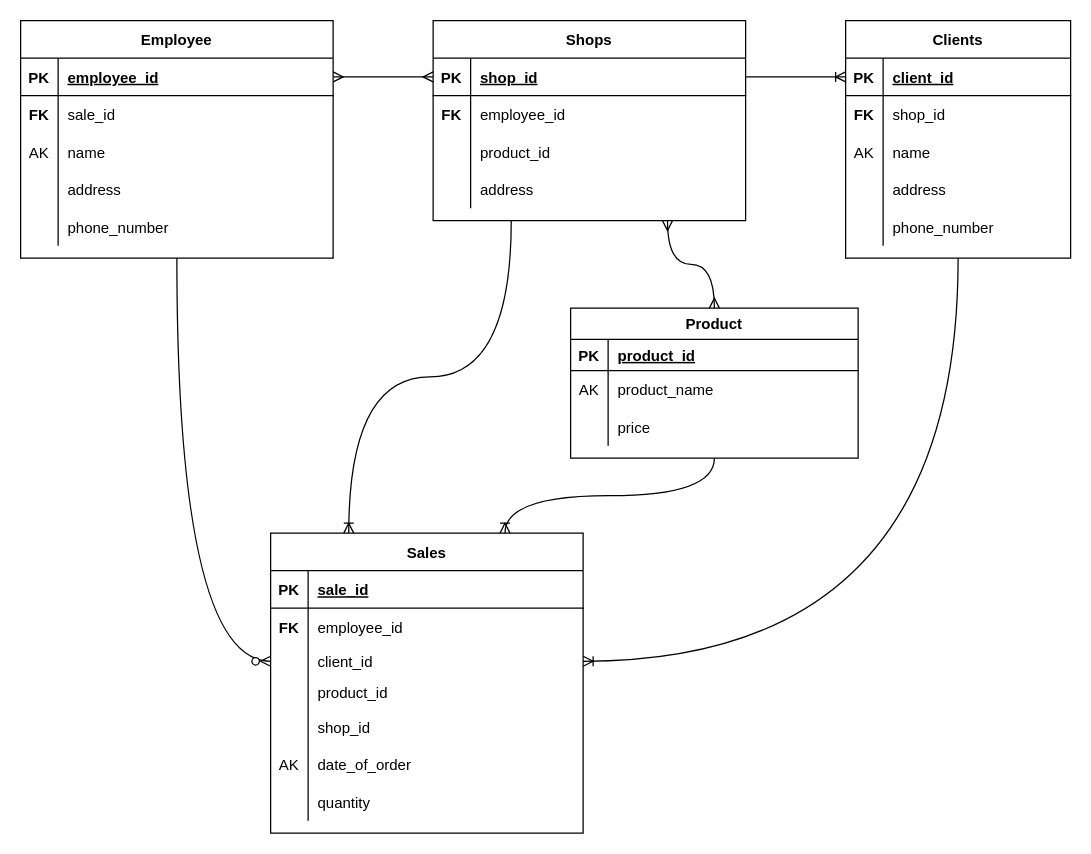
Earlier version of the draw.io diagram Excercises/Sales_ERD.drawio (psyrgkan/DAFT_1022). Source tidied: cells renumbered, new cells numbered last; positions are measured from the earlier drawing's top-left corner, leaving out a move shared by most shapes. Both pictures are drawn from the tidied source at 125%, with x=0, y=0 at pixel (20, 20).
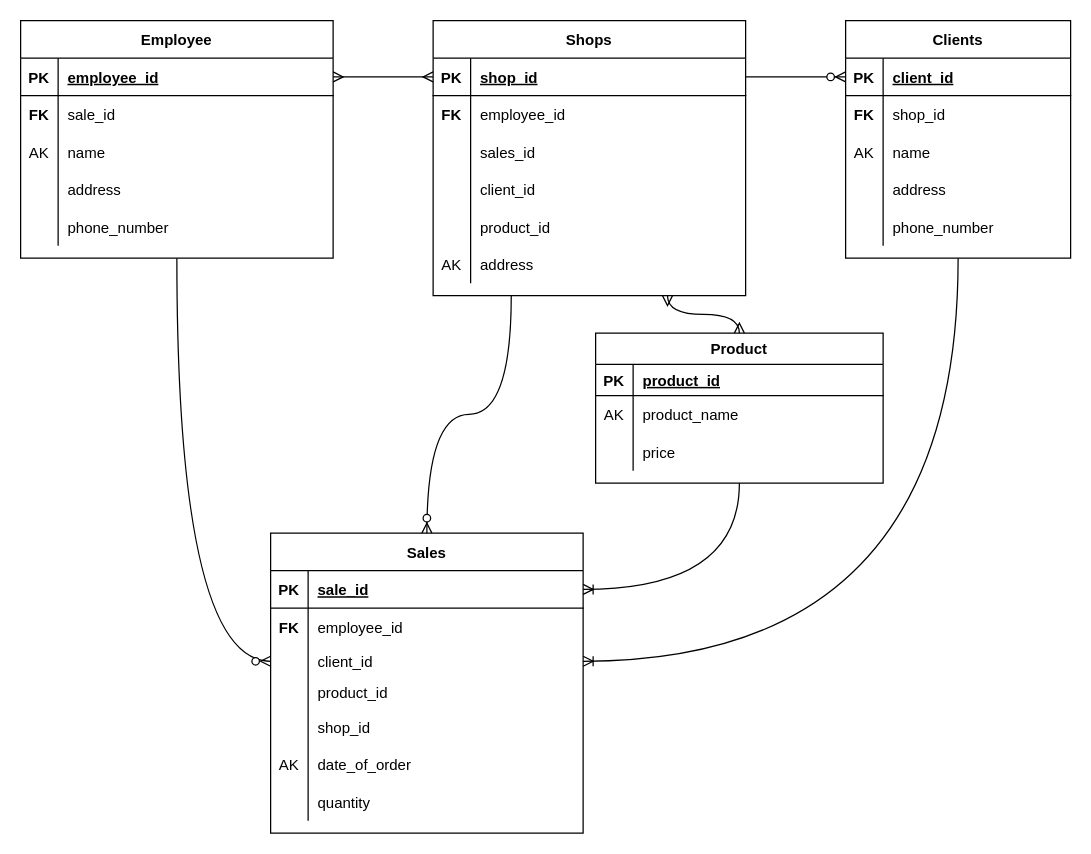
The same diagram, later.

The change refers to these unchanged cells:
```xml
<mxCell id="3" style="shape=partialRectangle;fillColor=none;points=[[0,0.5],[1,0.5]];portConstraint=eastwest;top=0;left=0;right=0;bottom=1;" parent="2" vertex="1">
  <mxGeometry y="30" width="250" height="30" as="geometry" />
</mxCell>
<mxCell id="15" value="Sales" style="shape=table;startSize=30;childLayout=tableLayout;rowLines=0;fontStyle=1;align=center;" parent="1" vertex="1">
  <mxGeometry x="200" y="410" width="250" height="240" as="geometry" />
</mxCell>
<mxCell id="16" style="shape=partialRectangle;fillColor=none;points=[[0,0.5],[1,0.5]];portConstraint=eastwest;top=0;left=0;right=0;bottom=1;" parent="15" vertex="1">
  <mxGeometry y="30" width="250" height="30" as="geometry" />
</mxCell>
<mxCell id="54" style="shape=tableRow;horizontal=0;startSize=0;swimlaneHead=0;swimlaneBody=0;fillColor=none;points=[[0,0.5],[1,0.5]];portConstraint=eastwest;top=0;left=0;right=0;bottom=1;" parent="53" vertex="1">
  <mxGeometry y="30" width="180" height="30" as="geometry" />
</mxCell>
```

Change to the diagram source:
```diff
@@
     <mxCell id="2" value="Shops" style="shape=table;startSize=30;childLayout=tableLayout;rowLines=0;fontStyle=1;align=center;" parent="1" vertex="1">
-      <mxGeometry x="330" width="250" height="160" as="geometry" />
+      <mxGeometry x="330" width="250" height="220" as="geometry" />
     </mxCell>
@@
+    <mxCell id="87" style="shape=tableRow;horizontal=0;startSize=0;swimlaneHead=0;swimlaneBody=0;fillColor=none;top=0;left=0;right=0;bottom=0;" parent="2" vertex="1">
+      <mxGeometry y="90" width="250" height="30" as="geometry" />
+    </mxCell>
+    <mxCell id="88" style="shape=partialRectangle;fillColor=none;top=0;left=0;bottom=0;right=0;overflow=hidden;" parent="87" vertex="1">
+      <mxGeometry width="30" height="30" as="geometry" />
+    </mxCell>
+    <mxCell id="89" value="sales_id" style="shape=partialRectangle;fillColor=none;top=0;left=0;bottom=0;right=0;align=left;spacingLeft=6;overflow=hidden;" parent="87" vertex="1">
+      <mxGeometry x="30" width="220" height="30" as="geometry" />
+    </mxCell>
+    <mxCell id="90" style="shape=tableRow;horizontal=0;startSize=0;swimlaneHead=0;swimlaneBody=0;fillColor=none;top=0;left=0;right=0;bottom=0;" parent="2" vertex="1">
+      <mxGeometry y="120" width="250" height="30" as="geometry" />
+    </mxCell>
+    <mxCell id="91" style="shape=partialRectangle;fillColor=none;top=0;left=0;bottom=0;right=0;overflow=hidden;" parent="90" vertex="1">
+      <mxGeometry width="30" height="30" as="geometry" />
+    </mxCell>
+    <mxCell id="92" value="client_id" style="shape=partialRectangle;fillColor=none;top=0;left=0;bottom=0;right=0;align=left;spacingLeft=6;overflow=hidden;" parent="90" vertex="1">
+      <mxGeometry x="30" width="220" height="30" as="geometry" />
+    </mxCell>
     <mxCell id="9" style="shape=tableRow;horizontal=0;startSize=0;swimlaneHead=0;swimlaneBody=0;fillColor=none;top=0;left=0;right=0;bottom=0;" parent="2" vertex="1">
-      <mxGeometry y="90" width="250" height="30" as="geometry" />
+      <mxGeometry y="150" width="250" height="30" as="geometry" />
     </mxCell>
@@
     <mxCell id="12" style="shape=tableRow;horizontal=0;startSize=0;swimlaneHead=0;swimlaneBody=0;fillColor=none;top=0;left=0;right=0;bottom=0;" parent="2" vertex="1">
-      <mxGeometry y="120" width="250" height="30" as="geometry" />
+      <mxGeometry y="180" width="250" height="30" as="geometry" />
     </mxCell>
-    <mxCell id="13" style="shape=partialRectangle;fillColor=none;top=0;left=0;bottom=0;right=0;overflow=hidden;" parent="12" vertex="1">
+    <mxCell id="13" value="AK" style="shape=partialRectangle;fillColor=none;top=0;left=0;bottom=0;right=0;overflow=hidden;" parent="12" vertex="1">
       <mxGeometry width="30" height="30" as="geometry" />
     </mxCell>
@@
     <mxCell id="69" value="Product" style="shape=table;startSize=25;childLayout=tableLayout;rowLines=0;fontStyle=1;align=center;" parent="1" vertex="1">
-      <mxGeometry x="440" y="230" width="230" height="120" as="geometry" />
+      <mxGeometry x="460" y="250" width="230" height="120" as="geometry" />
     </mxCell>
@@
-    <mxCell id="80" style="edgeStyle=orthogonalEdgeStyle;fontSize=12;html=1;endArrow=ERoneToMany;rounded=0;exitX=0.5;exitY=1;exitDx=0;exitDy=0;curved=1;entryX=0.75;entryY=0;entryDx=0;entryDy=0;" parent="1" edge="1" source="69" target="15">
+    <mxCell id="80" style="edgeStyle=orthogonalEdgeStyle;fontSize=12;html=1;endArrow=ERoneToMany;rounded=0;exitX=0.5;exitY=1;exitDx=0;exitDy=0;curved=1;entryX=1;entryY=0.5;entryDx=0;entryDy=0;" parent="1" edge="1" source="69" target="16">
       <mxGeometry relative="1" as="geometry" />
     </mxCell>
-    <mxCell id="81" style="edgeStyle=entityRelationEdgeStyle;fontSize=12;html=1;endArrow=ERoneToMany;rounded=0;curved=1;exitX=1;exitY=0.5;exitDx=0;exitDy=0;entryX=0;entryY=0.5;entryDx=0;entryDy=0;" parent="1" edge="1" source="3" target="54">
-      <mxGeometry relative="1" as="geometry" />
-    </mxCell>
@@
+    <mxCell id="81" style="edgeStyle=entityRelationEdgeStyle;fontSize=12;html=1;endArrow=ERzeroToMany;endFill=1;rounded=0;curved=1;entryX=0;entryY=0.5;entryDx=0;entryDy=0;exitX=1;exitY=0.5;exitDx=0;exitDy=0;" parent="1" edge="1" source="3" target="54">
+      <mxGeometry relative="1" as="geometry" />
+    </mxCell>
-    <mxCell id="86" style="edgeStyle=orthogonalEdgeStyle;fontSize=12;html=1;endArrow=ERoneToMany;rounded=0;curved=1;exitX=0.25;exitY=1;exitDx=0;exitDy=0;entryX=0.25;entryY=0;entryDx=0;entryDy=0;" parent="1" edge="1" source="2" target="15">
+    <mxCell id="86" style="edgeStyle=orthogonalEdgeStyle;fontSize=12;html=1;endArrow=ERzeroToMany;endFill=1;rounded=0;curved=1;entryX=0.5;entryY=0;entryDx=0;entryDy=0;exitX=0.25;exitY=1;exitDx=0;exitDy=0;" parent="1" edge="1" source="2" target="15">
       <mxGeometry relative="1" as="geometry" />
     </mxCell>
```
